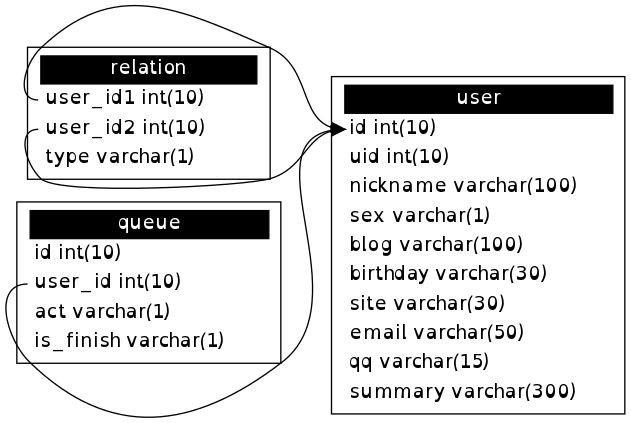
Lupino/weibo-relationship keeps this Graphviz diagram as weibo.png. Above is the earlier version. Its source is kept beside it as weibo.dot.
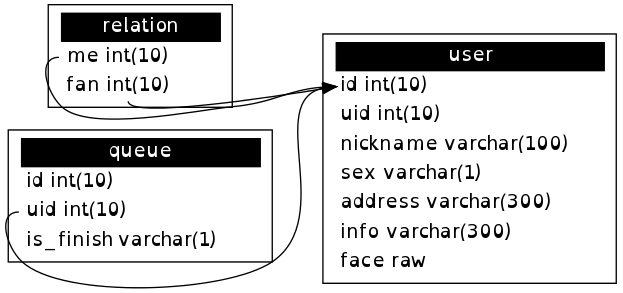
The same file after the commit.

What changed in the source:
```diff
@@ -10,33 +10,28 @@
             <tr><td align="left" port="uid">uid int(10)</td></tr>
             <tr><td align="left" port="nickname">nickname varchar(100)</td></tr>
             <tr><td align="left" port="sex">sex varchar(1)</td></tr>
-            <tr><td align="left" port="blog">blog varchar(100)</td></tr>
-            <tr><td align="left" port="birthday">birthday varchar(30)</td></tr>
-            <tr><td align="left" port="site">site varchar(30)</td></tr>
-            <tr><td align="left" port="email">email varchar(50)</td></tr>
-            <tr><td align="left" port="qq">qq varchar(15)</td></tr>
-            <tr><td align="left" port="summary">summary varchar(300)</td></tr>
+            <tr><td align="left" port="address">address varchar(300)</td></tr>
+            <tr><td align="left" port="info">info varchar(300)</td></tr>
+            <tr><td align="left" port="face">face raw</td></tr>
             </table>>]
 
         relation [label=<<table border="0" cellborder="0" cellpadding="3">
             <tr><td bgcolor="black" align="center" colspan="2"><font color="white">relation</font></td></tr>
-            <tr><td align="left" port="user_id1">user_id1 int(10)</td></tr>
-            <tr><td align="left" port="user_id2">user_id2 int(10)</td></tr>
-            <tr><td align="left" port="type">type varchar(1)</td></tr>
+            <tr><td align="left" port="me">me int(10)</td></tr>
+            <tr><td align="left" port="fan">fan int(10)</td></tr>
             </table>>]
 
 
         queue [label=<<table border="0" cellborder="0" cellpadding="3">
             <tr><td bgcolor="black" align="center" colspan="2"><font color="white">queue</font></td></tr>
             <tr><td align="left" port="id">id int(10)</td></tr>
-            <tr><td align="left" port="user_id">user_id int(10)</td></tr>
-            <tr><td align="left" port="act">act varchar(1)</td></tr>
+            <tr><td align="left" port="uid">uid int(10)</td></tr>
             <tr><td align="left" port="is_finish">is_finish varchar(1)</td></tr>
             </table>>]
 
-        relation:user_id1 -> user:id
-        relation:user_id2 -> user:id
-        queue:user_id -> user:id
+        relation:me -> user:id
+        relation:fan -> user:id
+        queue:uid -> user:id
     }
 
 }
```
